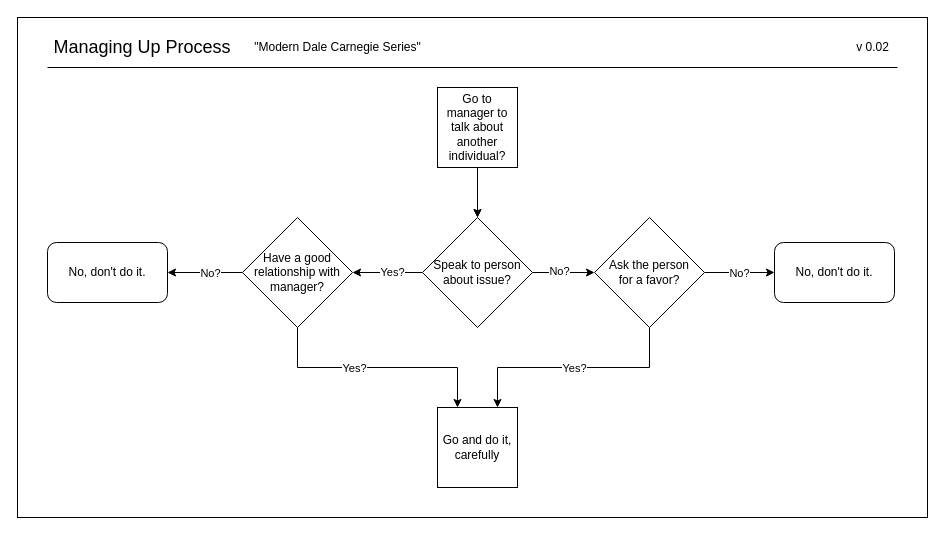
Before: mentoring/diagrams/managing-up.drawio in solidi/learning-notes, a draw.io diagram. Source tidied: cells renumbered, new cells numbered last; positions are measured from the earlier drawing's top-left corner, leaving out a move shared by most shapes. Both pictures are drawn from the tidied source at 100%, with x=0, y=0 at pixel (17, 17).
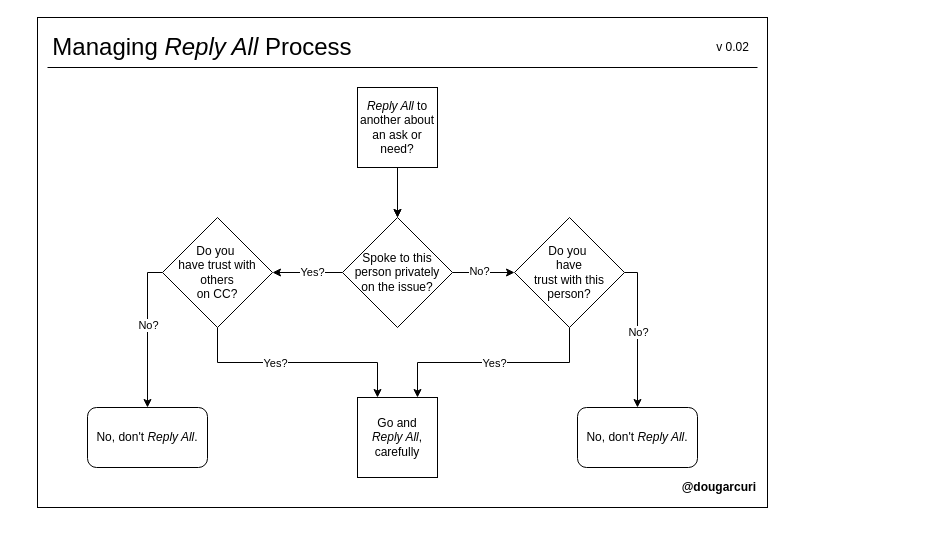
After the change.

Commit message (it also covers changes not shown here):
Add engineering project manager diagram, and improve managing up

Change to the diagram source:
```diff
@@
     <mxCell id="2" style="rounded=0;whiteSpace=wrap;html=1;" parent="1" vertex="1">
-      <mxGeometry width="910" height="500" as="geometry" />
+      <mxGeometry x="20" width="730" height="490" as="geometry" />
     </mxCell>
-    <mxCell id="3" value="&lt;font style=&quot;font-size: 18px&quot;&gt;Managing Up Process&lt;br&gt;&lt;/font&gt;" style="text;html=1;strokeColor=none;fillColor=none;align=center;verticalAlign=middle;whiteSpace=wrap;rounded=0;" parent="1" vertex="1">
-      <mxGeometry x="20" y="20" width="210" height="20" as="geometry" />
+    <mxCell id="3" value="&lt;font style=&quot;&quot;&gt;&lt;font style=&quot;font-size: 24px;&quot;&gt;Managing &lt;i&gt;Reply All&lt;/i&gt;&amp;nbsp;Process&lt;/font&gt;&lt;br&gt;&lt;/font&gt;" style="text;html=1;strokeColor=none;fillColor=none;align=center;verticalAlign=middle;whiteSpace=wrap;rounded=0;" parent="1" vertex="1">
+      <mxGeometry x="30" y="20" width="310" height="20" as="geometry" />
     </mxCell>
     <mxCell id="4" value="v 0.02" style="text;html=1;align=center;verticalAlign=middle;strokeColor=none;fillColor=none;" parent="1" vertex="1">
-      <mxGeometry x="830" y="20" width="50" height="20" as="geometry" />
+      <mxGeometry x="690" y="20" width="50" height="20" as="geometry" />
     </mxCell>
@@
-    <mxCell id="7" value="Go to manager to talk about another individual?" style="whiteSpace=wrap;html=1;" parent="1" vertex="1">
-      <mxGeometry x="420" y="70" width="80" height="80" as="geometry" />
+    <mxCell id="7" value="&lt;i&gt;Reply All&lt;/i&gt; to another about an ask or need?" style="whiteSpace=wrap;html=1;" parent="1" vertex="1">
+      <mxGeometry x="340" y="70" width="80" height="80" as="geometry" />
     </mxCell>
@@
-    <mxCell id="12" value="Speak to person about issue?" style="rhombus;whiteSpace=wrap;html=1;" parent="1" vertex="1">
-      <mxGeometry x="405" y="200" width="110" height="110" as="geometry" />
+    <mxCell id="12" value="Spoke to this person privately&lt;div&gt;on the issue?&lt;/div&gt;" style="rhombus;whiteSpace=wrap;html=1;" parent="1" vertex="1">
+      <mxGeometry x="325" y="200" width="110" height="110" as="geometry" />
     </mxCell>
-    <mxCell id="13" value="&lt;span&gt;No, don't do it.&lt;/span&gt;" style="rounded=1;whiteSpace=wrap;html=1;" parent="1" vertex="1">
-      <mxGeometry x="757" y="225" width="120" height="60" as="geometry" />
+    <mxCell id="13" value="No, don't &lt;i&gt;Reply All&lt;/i&gt;." style="rounded=1;whiteSpace=wrap;html=1;" parent="1" vertex="1">
+      <mxGeometry x="560" y="390" width="120" height="60" as="geometry" />
     </mxCell>
@@
-    <mxCell id="16" style="edgeStyle=orthogonalEdgeStyle;rounded=0;jettySize=auto;html=1;entryX=1;entryY=0.5;entryDx=0;entryDy=0;" parent="1" edge="1" source="18" target="21">
-      <mxGeometry relative="1" as="geometry" />
+    <mxCell id="16" style="edgeStyle=orthogonalEdgeStyle;rounded=0;jettySize=auto;html=1;entryX=0.5;entryY=0;entryDx=0;entryDy=0;" parent="1" edge="1" source="18" target="21">
+      <mxGeometry relative="1" as="geometry">
+        <Array as="points">
+          <mxPoint x="130" y="255" />
+        </Array>
+      </mxGeometry>
     </mxCell>
@@
-    <mxCell id="18" value="Have a good relationship with manager?" style="rhombus;whiteSpace=wrap;html=1;" parent="1" vertex="1">
-      <mxGeometry x="225" y="200" width="110" height="110" as="geometry" />
+    <mxCell id="18" value="Do you&amp;nbsp;&lt;div&gt;have trust with others&lt;/div&gt;&lt;div&gt;on CC?&lt;/div&gt;" style="rhombus;whiteSpace=wrap;html=1;" parent="1" vertex="1">
+      <mxGeometry x="145" y="200" width="110" height="110" as="geometry" />
     </mxCell>
-    <mxCell id="19" value="&lt;font style=&quot;font-size: 12px&quot;&gt;&quot;Modern Dale Carnegie Series&quot;&lt;/font&gt;" style="text;html=1;align=center;verticalAlign=middle;strokeColor=none;fillColor=none;" parent="1" vertex="1">
-      <mxGeometry x="230" y="20" width="180" height="20" as="geometry" />
-    </mxCell>
-    <mxCell id="20" value="Go and do it, carefully" style="whiteSpace=wrap;html=1;" parent="1" vertex="1">
-      <mxGeometry x="420" y="390" width="80" height="80" as="geometry" />
+    <mxCell id="20" value="Go and&lt;div&gt;&lt;i&gt;Reply All&lt;/i&gt;, carefully&lt;/div&gt;" style="whiteSpace=wrap;html=1;" parent="1" vertex="1">
+      <mxGeometry x="340" y="380" width="80" height="80" as="geometry" />
     </mxCell>
-    <mxCell id="21" value="&lt;span&gt;No, don't do it.&lt;/span&gt;" style="rounded=1;whiteSpace=wrap;html=1;" parent="1" vertex="1">
-      <mxGeometry x="30" y="225" width="120" height="60" as="geometry" />
+    <mxCell id="21" value="No, don't &lt;i&gt;Reply All&lt;/i&gt;." style="rounded=1;whiteSpace=wrap;html=1;" parent="1" vertex="1">
+      <mxGeometry x="70" y="390" width="120" height="60" as="geometry" />
     </mxCell>
     <mxCell id="22" style="endArrow=none;html=1;" parent="1" edge="1">
       <mxGeometry relative="1" as="geometry">
         <mxPoint x="30" y="50" as="sourcePoint" />
-        <mxPoint x="880" y="50" as="targetPoint" />
+        <mxPoint x="740" y="50" as="targetPoint" />
       </mxGeometry>
     </mxCell>
@@
     <mxCell id="25" style="edgeStyle=orthogonalEdgeStyle;rounded=0;jettySize=auto;html=1;exitX=1;exitY=0.5;exitDx=0;exitDy=0;" parent="1" edge="1" source="27" target="13">
-      <mxGeometry relative="1" as="geometry" />
+      <mxGeometry relative="1" as="geometry">
+        <Array as="points">
+          <mxPoint x="620" y="255" />
+          <mxPoint x="620" y="320" />
+        </Array>
+      </mxGeometry>
     </mxCell>
@@
-    <mxCell id="27" value="Ask the person &lt;br&gt;for a favor?" style="rhombus;whiteSpace=wrap;html=1;" parent="1" vertex="1">
-      <mxGeometry x="577" y="200" width="110" height="110" as="geometry" />
+    <mxCell id="27" value="&lt;div&gt;Do you&amp;nbsp;&lt;/div&gt;&lt;div&gt;have&lt;/div&gt;&lt;div&gt;trust with this person?&lt;/div&gt;" style="rhombus;whiteSpace=wrap;html=1;" parent="1" vertex="1">
+      <mxGeometry x="497" y="200" width="110" height="110" as="geometry" />
     </mxCell>
+    <mxCell id="28" value="@dougarcuri" style="text;html=1;align=right;verticalAlign=middle;fontStyle=1;" parent="1" vertex="1">
+      <mxGeometry x="650" y="460" width="90" height="20" as="geometry" />
+    </mxCell>
```
